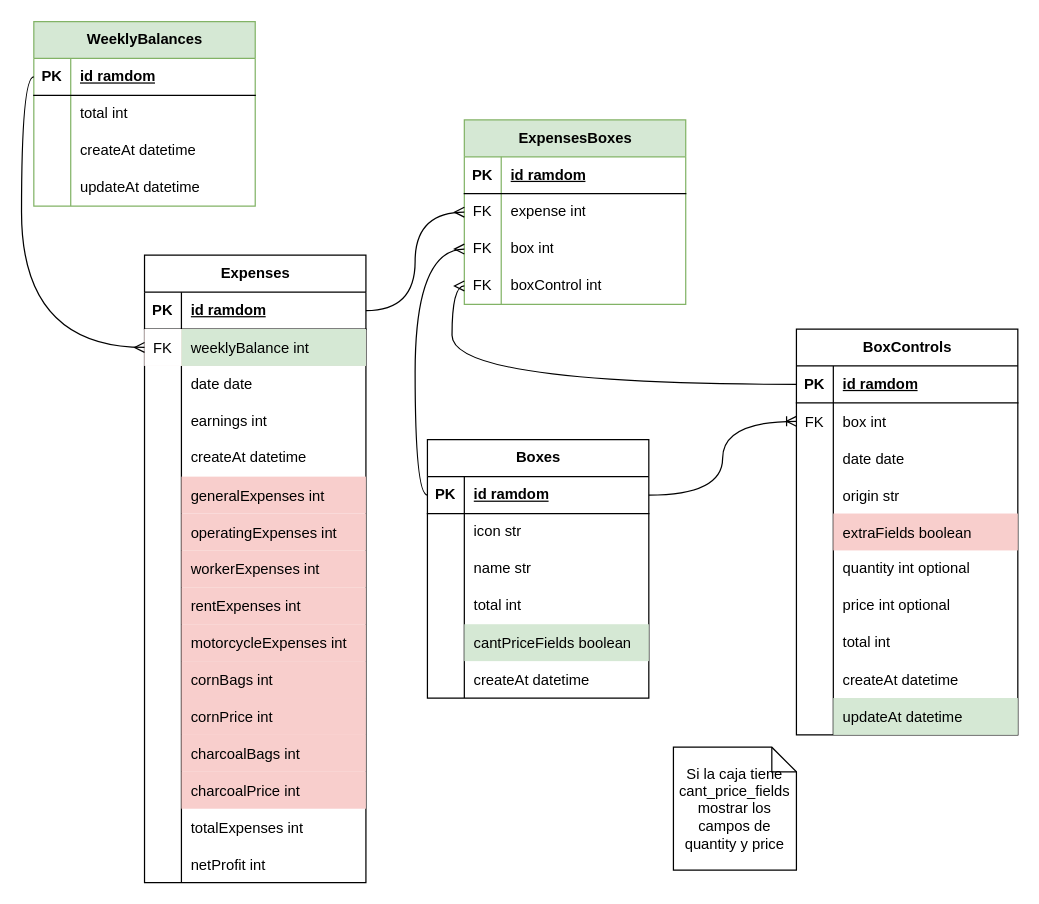
The draw.io diagram modelobd.drawio in JhoanCarvajal/app-arepas-contable, before the edit. Source tidied: cells renumbered, new cells numbered last; positions are measured from the earlier drawing's top-left corner, leaving out a move shared by most shapes. Both pictures are drawn from the tidied source at 123%, with x=0, y=0 at pixel (33, 21).
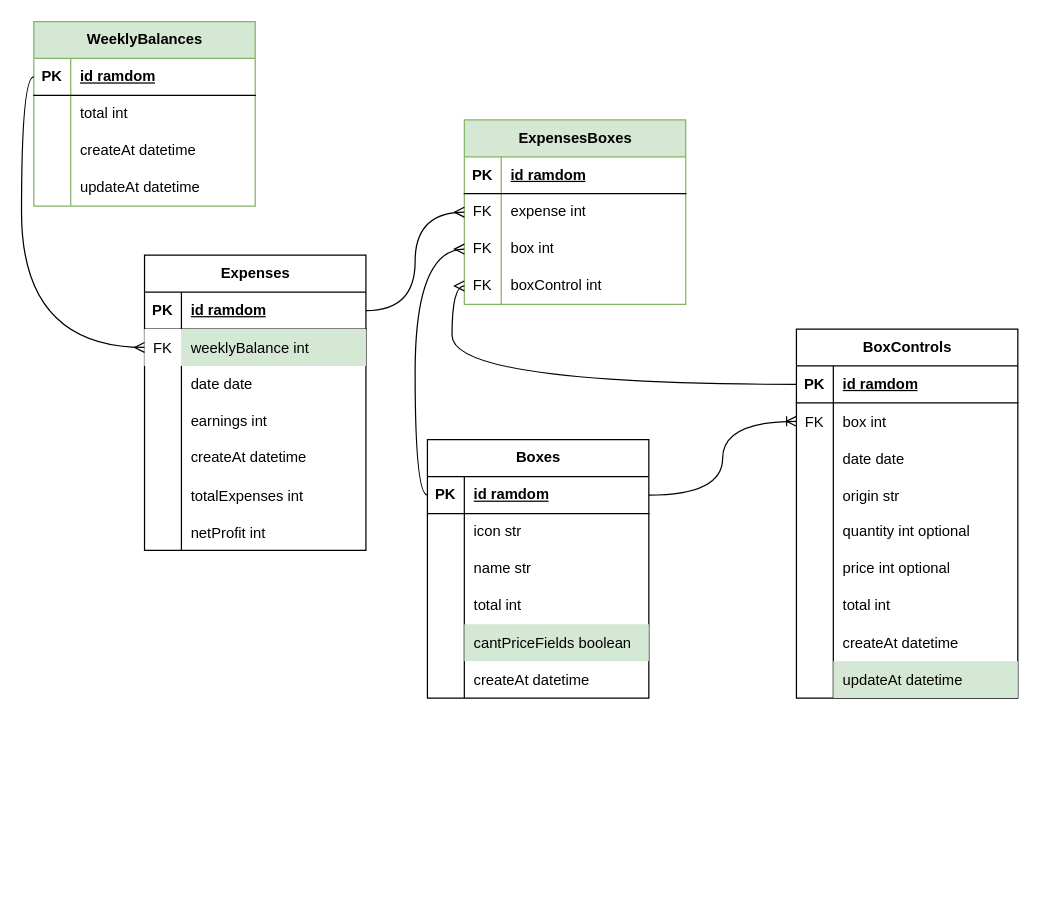
The same diagram, later.

Change to the diagram source:
```diff
@@
     <mxCell id="2" value="Expenses" style="shape=table;startSize=30;childLayout=tableLayout;rowLines=0;fontStyle=1;align=center;html=1;" parent="1" vertex="1">
-      <mxGeometry x="90" y="190" width="180" height="510" as="geometry" />
+      <mxGeometry x="90" y="190" width="180" height="240" as="geometry" />
     </mxCell>
@@
-    <mxCell id="18" style="shape=tableRow;horizontal=0;startSize=0;swimlaneHead=0;swimlaneBody=0;fillColor=none;top=0;left=0;right=0;bottom=0;" parent="2" vertex="1">
-      <mxGeometry y="180" width="180" height="30" as="geometry" />
-    </mxCell>
-    <mxCell id="19" style="shape=partialRectangle;fillColor=none;top=0;left=0;bottom=0;right=0;overflow=hidden;" parent="18" vertex="1">
-      <mxGeometry width="30" height="30" as="geometry" />
-    </mxCell>
-    <mxCell id="20" value="generalExpenses int" style="shape=partialRectangle;fillColor=#f8cecc;top=0;left=0;bottom=0;right=0;align=left;spacingLeft=6;overflow=hidden;strokeColor=#b85450;" parent="18" vertex="1">
-      <mxGeometry x="30" width="150" height="30" as="geometry" />
-    </mxCell>
-    <mxCell id="21" style="shape=tableRow;horizontal=0;startSize=0;swimlaneHead=0;swimlaneBody=0;fillColor=none;top=0;left=0;right=0;bottom=0;" parent="2" vertex="1">
-      <mxGeometry y="210" width="180" height="30" as="geometry" />
-    </mxCell>
-    <mxCell id="22" style="shape=partialRectangle;fillColor=none;top=0;left=0;bottom=0;right=0;overflow=hidden;" parent="21" vertex="1">
-      <mxGeometry width="30" height="30" as="geometry" />
-    </mxCell>
-    <mxCell id="23" value="operatingExpenses int" style="shape=partialRectangle;fillColor=#f8cecc;top=0;left=0;bottom=0;right=0;align=left;spacingLeft=6;overflow=hidden;strokeColor=#b85450;" parent="21" vertex="1">
-      <mxGeometry x="30" width="150" height="30" as="geometry" />
-    </mxCell>
-    <mxCell id="24" style="shape=tableRow;horizontal=0;startSize=0;swimlaneHead=0;swimlaneBody=0;fillColor=none;top=0;left=0;right=0;bottom=0;" parent="2" vertex="1">
-      <mxGeometry y="240" width="180" height="30" as="geometry" />
-    </mxCell>
-    <mxCell id="25" style="shape=partialRectangle;fillColor=none;top=0;left=0;bottom=0;right=0;overflow=hidden;" parent="24" vertex="1">
-      <mxGeometry width="30" height="30" as="geometry" />
-    </mxCell>
-    <mxCell id="26" value="workerExpenses int" style="shape=partialRectangle;fillColor=#f8cecc;top=0;left=0;bottom=0;right=0;align=left;spacingLeft=6;overflow=hidden;strokeColor=#b85450;" parent="24" vertex="1">
-      <mxGeometry x="30" width="150" height="30" as="geometry" />
-    </mxCell>
-    <mxCell id="27" style="shape=tableRow;horizontal=0;startSize=0;swimlaneHead=0;swimlaneBody=0;fillColor=none;top=0;left=0;right=0;bottom=0;" parent="2" vertex="1">
-      <mxGeometry y="270" width="180" height="30" as="geometry" />
-    </mxCell>
-    <mxCell id="28" style="shape=partialRectangle;fillColor=none;top=0;left=0;bottom=0;right=0;overflow=hidden;" parent="27" vertex="1">
-      <mxGeometry width="30" height="30" as="geometry" />
-    </mxCell>
-    <mxCell id="29" value="rentExpenses int" style="shape=partialRectangle;fillColor=#f8cecc;top=0;left=0;bottom=0;right=0;align=left;spacingLeft=6;overflow=hidden;strokeColor=#b85450;" parent="27" vertex="1">
-      <mxGeometry x="30" width="150" height="30" as="geometry" />
-    </mxCell>
-    <mxCell id="30" style="shape=tableRow;horizontal=0;startSize=0;swimlaneHead=0;swimlaneBody=0;fillColor=none;top=0;left=0;right=0;bottom=0;" parent="2" vertex="1">
-      <mxGeometry y="300" width="180" height="30" as="geometry" />
-    </mxCell>
-    <mxCell id="31" style="shape=partialRectangle;fillColor=none;top=0;left=0;bottom=0;right=0;overflow=hidden;" parent="30" vertex="1">
-      <mxGeometry width="30" height="30" as="geometry" />
-    </mxCell>
-    <mxCell id="32" value="motorcycleExpenses int" style="shape=partialRectangle;fillColor=#f8cecc;top=0;left=0;bottom=0;right=0;align=left;spacingLeft=6;overflow=hidden;strokeColor=#b85450;" parent="30" vertex="1">
-      <mxGeometry x="30" width="150" height="30" as="geometry" />
-    </mxCell>
-    <mxCell id="33" style="shape=tableRow;horizontal=0;startSize=0;swimlaneHead=0;swimlaneBody=0;fillColor=none;top=0;left=0;right=0;bottom=0;" parent="2" vertex="1">
-      <mxGeometry y="330" width="180" height="30" as="geometry" />
-    </mxCell>
-    <mxCell id="34" style="shape=partialRectangle;fillColor=none;top=0;left=0;bottom=0;right=0;overflow=hidden;" parent="33" vertex="1">
-      <mxGeometry width="30" height="30" as="geometry" />
-    </mxCell>
-    <mxCell id="35" value="cornBags int" style="shape=partialRectangle;fillColor=#f8cecc;top=0;left=0;bottom=0;right=0;align=left;spacingLeft=6;overflow=hidden;strokeColor=#b85450;" parent="33" vertex="1">
-      <mxGeometry x="30" width="150" height="30" as="geometry" />
-    </mxCell>
-    <mxCell id="36" style="shape=tableRow;horizontal=0;startSize=0;swimlaneHead=0;swimlaneBody=0;fillColor=none;top=0;left=0;right=0;bottom=0;" parent="2" vertex="1">
-      <mxGeometry y="360" width="180" height="30" as="geometry" />
-    </mxCell>
-    <mxCell id="37" style="shape=partialRectangle;fillColor=none;top=0;left=0;bottom=0;right=0;overflow=hidden;" parent="36" vertex="1">
-      <mxGeometry width="30" height="30" as="geometry" />
-    </mxCell>
-    <mxCell id="38" value="cornPrice int" style="shape=partialRectangle;fillColor=#f8cecc;top=0;left=0;bottom=0;right=0;align=left;spacingLeft=6;overflow=hidden;strokeColor=#b85450;" parent="36" vertex="1">
-      <mxGeometry x="30" width="150" height="30" as="geometry" />
-    </mxCell>
-    <mxCell id="39" style="shape=tableRow;horizontal=0;startSize=0;swimlaneHead=0;swimlaneBody=0;fillColor=none;top=0;left=0;right=0;bottom=0;" parent="2" vertex="1">
-      <mxGeometry y="390" width="180" height="30" as="geometry" />
-    </mxCell>
-    <mxCell id="40" style="shape=partialRectangle;fillColor=none;top=0;left=0;bottom=0;right=0;overflow=hidden;" parent="39" vertex="1">
-      <mxGeometry width="30" height="30" as="geometry" />
-    </mxCell>
-    <mxCell id="41" value="charcoalBags int" style="shape=partialRectangle;fillColor=#f8cecc;top=0;left=0;bottom=0;right=0;align=left;spacingLeft=6;overflow=hidden;strokeColor=#b85450;" parent="39" vertex="1">
-      <mxGeometry x="30" width="150" height="30" as="geometry" />
-    </mxCell>
-    <mxCell id="42" style="shape=tableRow;horizontal=0;startSize=0;swimlaneHead=0;swimlaneBody=0;fillColor=none;top=0;left=0;right=0;bottom=0;" parent="2" vertex="1">
-      <mxGeometry y="420" width="180" height="30" as="geometry" />
-    </mxCell>
-    <mxCell id="43" style="shape=partialRectangle;fillColor=none;top=0;left=0;bottom=0;right=0;overflow=hidden;" parent="42" vertex="1">
-      <mxGeometry width="30" height="30" as="geometry" />
-    </mxCell>
-    <mxCell id="44" value="charcoalPrice int" style="shape=partialRectangle;fillColor=#f8cecc;top=0;left=0;bottom=0;right=0;align=left;spacingLeft=6;overflow=hidden;strokeColor=#b85450;" parent="42" vertex="1">
-      <mxGeometry x="30" width="150" height="30" as="geometry" />
-    </mxCell>
     <mxCell id="45" style="shape=tableRow;horizontal=0;startSize=0;swimlaneHead=0;swimlaneBody=0;fillColor=none;top=0;left=0;right=0;bottom=0;" parent="2" vertex="1">
-      <mxGeometry y="450" width="180" height="30" as="geometry" />
+      <mxGeometry y="180" width="180" height="30" as="geometry" />
     </mxCell>
@@
     <mxCell id="48" style="shape=tableRow;horizontal=0;startSize=0;swimlaneHead=0;swimlaneBody=0;fillColor=none;top=0;left=0;right=0;bottom=0;" parent="2" vertex="1">
-      <mxGeometry y="480" width="180" height="30" as="geometry" />
+      <mxGeometry y="210" width="180" height="30" as="geometry" />
     </mxCell>
@@
     <mxCell id="70" value="BoxControls" style="shape=table;startSize=30;childLayout=tableLayout;rowLines=0;fontStyle=1;align=center;html=1;" parent="1" vertex="1">
-      <mxGeometry x="620" y="250" width="180" height="330" as="geometry" />
+      <mxGeometry x="620" y="250" width="180" height="300" as="geometry" />
     </mxCell>
@@
-    <mxCell id="83" style="shape=tableRow;horizontal=0;startSize=0;swimlaneHead=0;swimlaneBody=0;fillColor=none;top=0;left=0;right=0;bottom=0;" parent="70" vertex="1">
-      <mxGeometry y="150" width="180" height="30" as="geometry" />
-    </mxCell>
-    <mxCell id="84" style="shape=partialRectangle;fillColor=none;top=0;left=0;bottom=0;right=0;overflow=hidden;" parent="83" vertex="1">
-      <mxGeometry width="30" height="30" as="geometry" />
-    </mxCell>
-    <mxCell id="85" value="extraFields boolean" style="shape=partialRectangle;fillColor=#f8cecc;top=0;left=0;bottom=0;right=0;align=left;spacingLeft=6;overflow=hidden;strokeColor=#b85450;" parent="83" vertex="1">
-      <mxGeometry x="30" width="150" height="30" as="geometry" />
-    </mxCell>
     <mxCell id="86" style="shape=tableRow;horizontal=0;startSize=0;swimlaneHead=0;swimlaneBody=0;fillColor=none;top=0;left=0;right=0;bottom=0;" parent="70" vertex="1">
-      <mxGeometry y="180" width="180" height="30" as="geometry" />
+      <mxGeometry y="150" width="180" height="30" as="geometry" />
     </mxCell>
@@
     <mxCell id="89" style="shape=tableRow;horizontal=0;startSize=0;swimlaneHead=0;swimlaneBody=0;fillColor=none;top=0;left=0;right=0;bottom=0;" parent="70" vertex="1">
-      <mxGeometry y="210" width="180" height="30" as="geometry" />
+      <mxGeometry y="180" width="180" height="30" as="geometry" />
     </mxCell>
@@
     <mxCell id="92" style="shape=tableRow;horizontal=0;startSize=0;swimlaneHead=0;swimlaneBody=0;fillColor=none;top=0;left=0;right=0;bottom=0;" parent="70" vertex="1">
-      <mxGeometry y="240" width="180" height="30" as="geometry" />
+      <mxGeometry y="210" width="180" height="30" as="geometry" />
     </mxCell>
@@
     <mxCell id="95" style="shape=tableRow;horizontal=0;startSize=0;swimlaneHead=0;swimlaneBody=0;fillColor=none;top=0;left=0;right=0;bottom=0;" parent="70" vertex="1">
-      <mxGeometry y="270" width="180" height="30" as="geometry" />
+      <mxGeometry y="240" width="180" height="30" as="geometry" />
     </mxCell>
@@
     <mxCell id="98" style="shape=tableRow;horizontal=0;startSize=0;swimlaneHead=0;swimlaneBody=0;fillColor=none;top=0;left=0;right=0;bottom=0;" parent="70" vertex="1">
-      <mxGeometry y="300" width="180" height="30" as="geometry" />
+      <mxGeometry y="270" width="180" height="30" as="geometry" />
     </mxCell>
@@
-    <mxCell id="129" value="Si la caja tiene cant_price_fields mostrar los campos de quantity y price" style="shape=note;size=20;whiteSpace=wrap;html=1;" parent="1" vertex="1">
-      <mxGeometry x="520" y="590" width="100" height="100" as="geometry" />
-    </mxCell>
```
